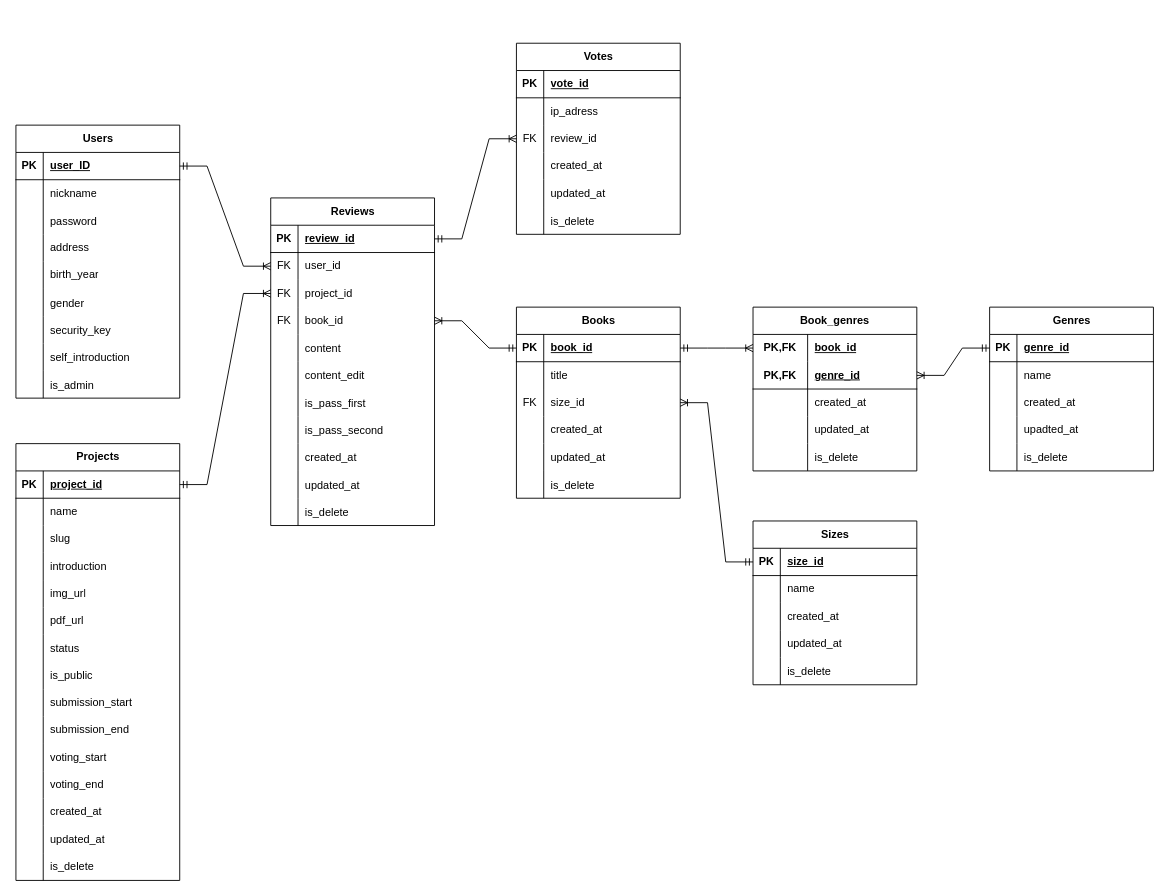
Before: ER図.drawio in knagaki1225/zoutohana-documentation, a draw.io diagram. Source tidied: cells renumbered, new cells numbered last; positions are measured from the earlier drawing's top-left corner, leaving out a move shared by most shapes. Both pictures are drawn from the tidied source at 91%, with x=0, y=0 at pixel (15, 43).
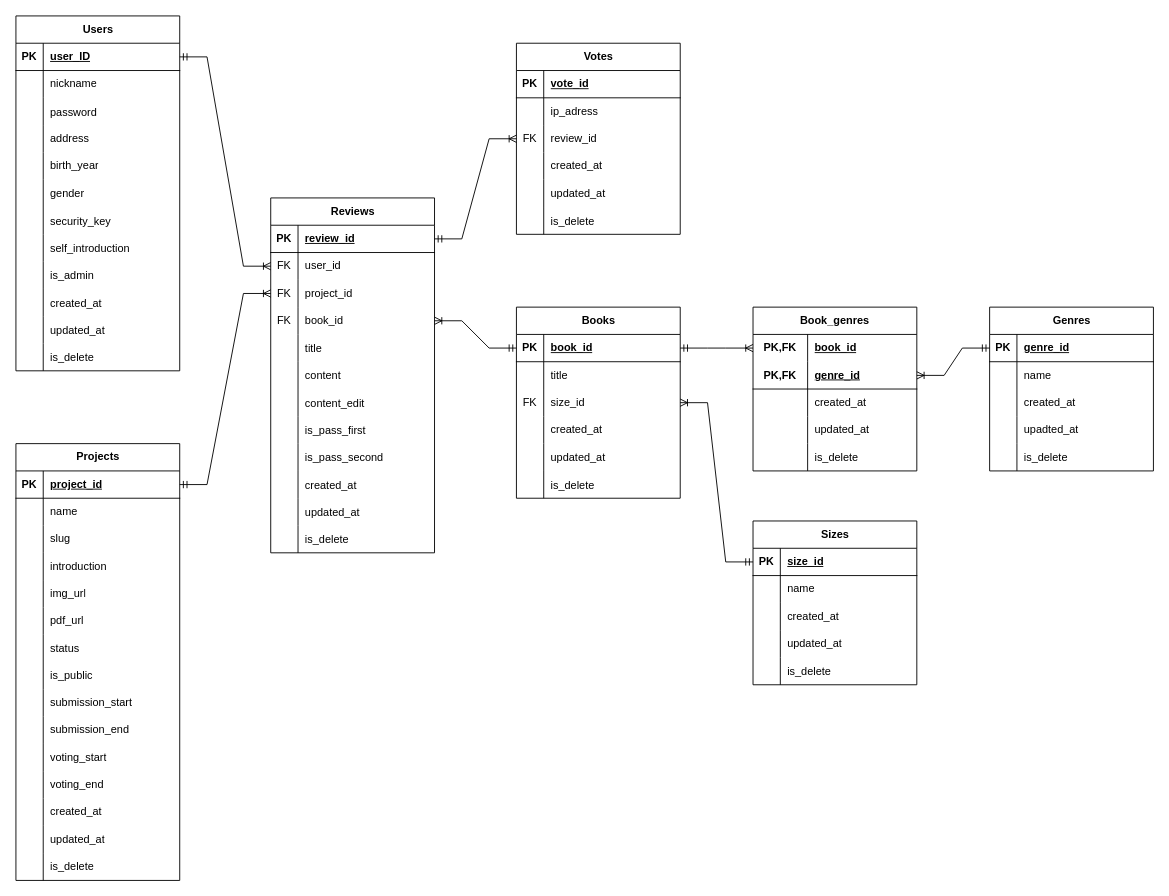
The same page after the edit.

Commit message:
ER図-カラムの修正

What changed in the source:
```diff
@@
     <mxCell id="2" value="Users" style="shape=table;startSize=30;childLayout=tableLayout;rowLines=0;fontStyle=1;align=center;html=1;" parent="1" vertex="1">
-      <mxGeometry y="90" width="180" height="300" as="geometry" />
+      <mxGeometry y="-30" width="180" height="390" as="geometry" />
     </mxCell>
@@
+    <mxCell id="203" style="shape=tableRow;horizontal=0;startSize=0;swimlaneHead=0;swimlaneBody=0;fillColor=none;top=0;left=0;right=0;bottom=0;" parent="2" vertex="1">
+      <mxGeometry y="300" width="180" height="30" as="geometry" />
+    </mxCell>
+    <mxCell id="204" style="shape=partialRectangle;fillColor=none;top=0;left=0;bottom=0;right=0;overflow=hidden;" parent="203" vertex="1">
+      <mxGeometry width="30" height="30" as="geometry" />
+    </mxCell>
+    <mxCell id="205" value="created_at" style="shape=partialRectangle;fillColor=none;top=0;left=0;bottom=0;right=0;align=left;spacingLeft=6;overflow=hidden;" parent="203" vertex="1">
+      <mxGeometry x="30" width="150" height="30" as="geometry" />
+    </mxCell>
+    <mxCell id="206" style="shape=tableRow;horizontal=0;startSize=0;swimlaneHead=0;swimlaneBody=0;fillColor=none;top=0;left=0;right=0;bottom=0;" parent="2" vertex="1">
+      <mxGeometry y="330" width="180" height="30" as="geometry" />
+    </mxCell>
+    <mxCell id="207" style="shape=partialRectangle;fillColor=none;top=0;left=0;bottom=0;right=0;overflow=hidden;" parent="206" vertex="1">
+      <mxGeometry width="30" height="30" as="geometry" />
+    </mxCell>
+    <mxCell id="208" value="updated_at" style="shape=partialRectangle;fillColor=none;top=0;left=0;bottom=0;right=0;align=left;spacingLeft=6;overflow=hidden;" parent="206" vertex="1">
+      <mxGeometry x="30" width="150" height="30" as="geometry" />
+    </mxCell>
+    <mxCell id="209" style="shape=tableRow;horizontal=0;startSize=0;swimlaneHead=0;swimlaneBody=0;fillColor=none;top=0;left=0;right=0;bottom=0;" parent="2" vertex="1">
+      <mxGeometry y="360" width="180" height="30" as="geometry" />
+    </mxCell>
+    <mxCell id="210" style="shape=partialRectangle;fillColor=none;top=0;left=0;bottom=0;right=0;overflow=hidden;" parent="209" vertex="1">
+      <mxGeometry width="30" height="30" as="geometry" />
+    </mxCell>
+    <mxCell id="211" value="is_delete" style="shape=partialRectangle;fillColor=none;top=0;left=0;bottom=0;right=0;align=left;spacingLeft=6;overflow=hidden;" parent="209" vertex="1">
+      <mxGeometry x="30" width="150" height="30" as="geometry" />
+    </mxCell>
@@
     <mxCell id="97" value="Reviews" style="shape=table;startSize=30;childLayout=tableLayout;rowLines=0;fontStyle=1;align=center;html=1;" parent="1" vertex="1">
-      <mxGeometry x="280" y="170" width="180" height="360" as="geometry" />
+      <mxGeometry x="280" y="170" width="180" height="390" as="geometry" />
     </mxCell>
@@
+    <mxCell id="212" style="shape=tableRow;horizontal=0;startSize=0;swimlaneHead=0;swimlaneBody=0;fillColor=none;top=0;left=0;right=0;bottom=0;" parent="97" vertex="1">
+      <mxGeometry y="150" width="180" height="30" as="geometry" />
+    </mxCell>
+    <mxCell id="213" style="shape=partialRectangle;fillColor=none;top=0;left=0;bottom=0;right=0;overflow=hidden;" parent="212" vertex="1">
+      <mxGeometry width="30" height="30" as="geometry" />
+    </mxCell>
+    <mxCell id="214" value="title" style="shape=partialRectangle;fillColor=none;top=0;left=0;bottom=0;right=0;align=left;spacingLeft=6;overflow=hidden;" parent="212" vertex="1">
+      <mxGeometry x="30" width="150" height="30" as="geometry" />
+    </mxCell>
     <mxCell id="110" style="shape=tableRow;horizontal=0;startSize=0;swimlaneHead=0;swimlaneBody=0;fillColor=none;top=0;left=0;right=0;bottom=0;" parent="97" vertex="1">
-      <mxGeometry y="150" width="180" height="30" as="geometry" />
+      <mxGeometry y="180" width="180" height="30" as="geometry" />
     </mxCell>
@@
     <mxCell id="113" style="shape=tableRow;horizontal=0;startSize=0;swimlaneHead=0;swimlaneBody=0;fillColor=none;top=0;left=0;right=0;bottom=0;" parent="97" vertex="1">
-      <mxGeometry y="180" width="180" height="30" as="geometry" />
+      <mxGeometry y="210" width="180" height="30" as="geometry" />
     </mxCell>
@@
     <mxCell id="116" style="shape=tableRow;horizontal=0;startSize=0;swimlaneHead=0;swimlaneBody=0;fillColor=none;top=0;left=0;right=0;bottom=0;" parent="97" vertex="1">
-      <mxGeometry y="210" width="180" height="30" as="geometry" />
+      <mxGeometry y="240" width="180" height="30" as="geometry" />
     </mxCell>
@@
     <mxCell id="119" style="shape=tableRow;horizontal=0;startSize=0;swimlaneHead=0;swimlaneBody=0;fillColor=none;top=0;left=0;right=0;bottom=0;" parent="97" vertex="1">
-      <mxGeometry y="240" width="180" height="30" as="geometry" />
+      <mxGeometry y="270" width="180" height="30" as="geometry" />
     </mxCell>
@@
     <mxCell id="122" style="shape=tableRow;horizontal=0;startSize=0;swimlaneHead=0;swimlaneBody=0;fillColor=none;top=0;left=0;right=0;bottom=0;" parent="97" vertex="1">
-      <mxGeometry y="270" width="180" height="30" as="geometry" />
+      <mxGeometry y="300" width="180" height="30" as="geometry" />
     </mxCell>
@@
     <mxCell id="125" style="shape=tableRow;horizontal=0;startSize=0;swimlaneHead=0;swimlaneBody=0;fillColor=none;top=0;left=0;right=0;bottom=0;" parent="97" vertex="1">
-      <mxGeometry y="300" width="180" height="30" as="geometry" />
+      <mxGeometry y="330" width="180" height="30" as="geometry" />
     </mxCell>
@@
     <mxCell id="128" style="shape=tableRow;horizontal=0;startSize=0;swimlaneHead=0;swimlaneBody=0;fillColor=none;top=0;left=0;right=0;bottom=0;" parent="97" vertex="1">
-      <mxGeometry y="330" width="180" height="30" as="geometry" />
+      <mxGeometry y="360" width="180" height="30" as="geometry" />
     </mxCell>
```
